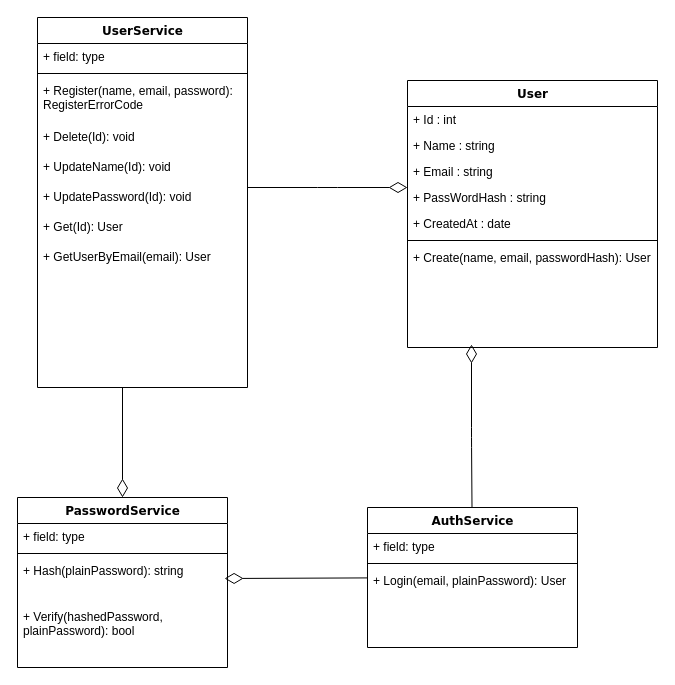
This is App/Documents/ClassDiagram.drawio from KakoFujimoto/MinTwitterApp, a draw.io file, before an edit. Source tidied: cells renumbered, new cells numbered last; positions are measured from the earlier drawing's top-left corner, leaving out a move shared by most shapes. Both pictures are drawn from the tidied source at 100%, with x=0, y=0 at pixel (17, 17).
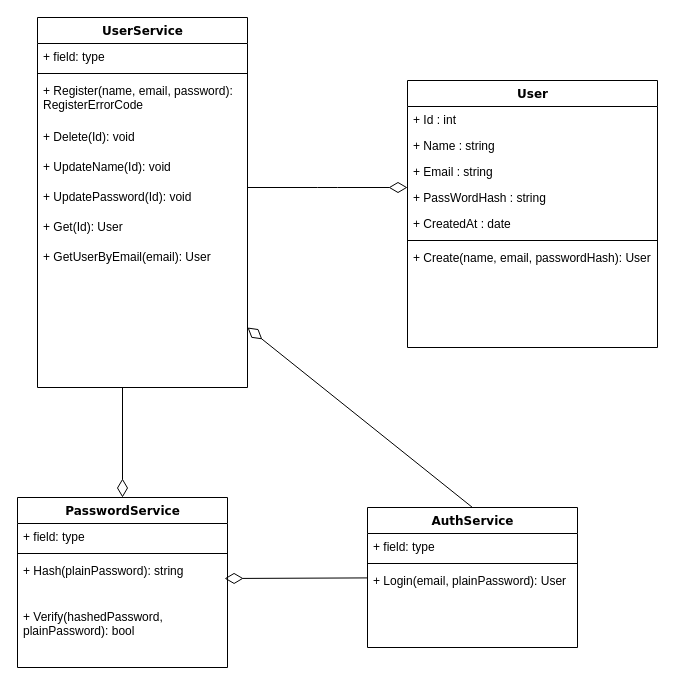
The same diagram, later.

Commit message:
クラス図の修正

The change refers to these unchanged cells:
```xml
<mxCell id="26" value="AuthService" style="swimlane;html=1;fontStyle=1;align=center;verticalAlign=top;horizontal=1;startSize=26;swimlaneFillColor=#ffffff;rounded=0;shadow=0;comic=0;labelBackgroundColor=none;strokeWidth=1;fillColor=none;fontFamily=Verdana;fontSize=12;" parent="1" vertex="1">
  <mxGeometry x="350" y="490" width="210" height="140" as="geometry" />
</mxCell>
```

The edit, as a diff of the source:
```diff
@@
+    <mxCell id="32" style="edgeStyle=none;html=1;exitX=0.5;exitY=0;exitDx=0;exitDy=0;endArrow=diamondThin;endFill=0;endSize=16;" parent="1" edge="1" source="26">
+      <mxGeometry relative="1" as="geometry">
+        <mxPoint x="230" y="310" as="targetPoint" />
+      </mxGeometry>
+    </mxCell>
@@
-    <mxCell id="31" style="edgeStyle=none;html=1;entryX=0.256;entryY=0.923;entryDx=0;entryDy=0;entryPerimeter=0;endArrow=diamondThin;endFill=0;startSize=7;endSize=16;" parent="1" edge="1" source="26">
-      <mxGeometry relative="1" as="geometry">
-        <mxPoint x="454" y="327" as="targetPoint" />
-        <Array as="points">
-          <mxPoint x="454" y="420" />
-        </Array>
-      </mxGeometry>
-    </mxCell>
```
